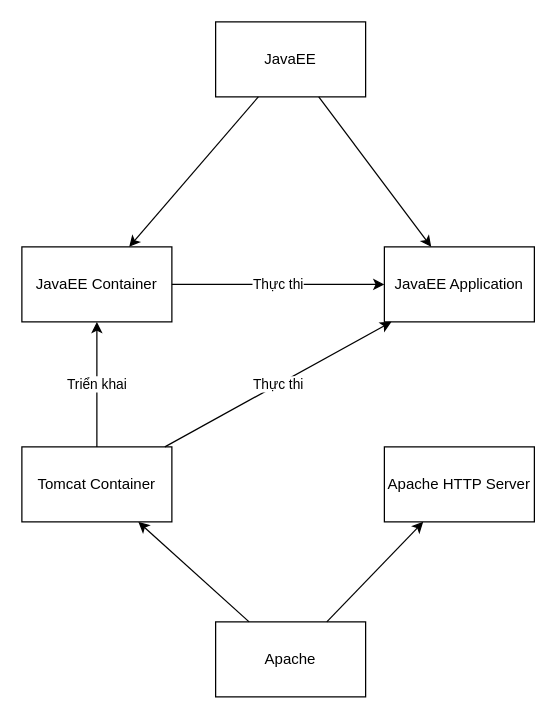
Before: page "Apache Tomcat" (3 of 7) of Slides/Day_7_2.drawio in lequochai26/GDUTraining_Basic_Java_Web_Development, a draw.io diagram. Source tidied: cells renumbered, new cells numbered last; positions are measured from the earlier drawing's top-left corner, leaving out a move shared by most shapes. Both pictures are drawn from the tidied source at 125%, with x=0, y=0 at pixel (21, 21).
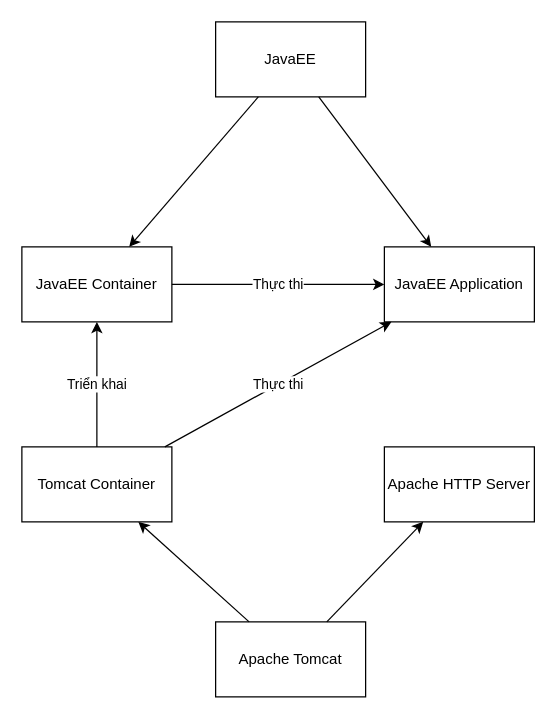
After the change.

Change to the diagram source:
```diff
@@
 <mxGraphModel>
   <root>
     <mxCell id="0" />
     <mxCell id="1" parent="0" />
     <mxCell id="2" value="JavaEE" style="rounded=0;whiteSpace=wrap;html=1;" parent="1" vertex="1">
       <mxGeometry x="155" width="120" height="60" as="geometry" />
     </mxCell>
     <mxCell id="3" value="JavaEE Container" style="rounded=0;whiteSpace=wrap;html=1;" parent="1" vertex="1">
       <mxGeometry y="180" width="120" height="60" as="geometry" />
     </mxCell>
     <mxCell id="4" style="endArrow=classic;html=1;rounded=0;" parent="1" edge="1" source="2" target="3">
       <mxGeometry relative="1" as="geometry" />
     </mxCell>
     <mxCell id="5" value="JavaEE Application" style="rounded=0;whiteSpace=wrap;html=1;" parent="1" vertex="1">
       <mxGeometry x="290" y="180" width="120" height="60" as="geometry" />
     </mxCell>
     <mxCell id="6" style="endArrow=classic;html=1;rounded=0;" parent="1" edge="1" source="2" target="5">
       <mxGeometry relative="1" as="geometry" />
     </mxCell>
-    <mxCell id="7" value="Apache" style="rounded=0;whiteSpace=wrap;html=1;" parent="1" vertex="1">
+    <mxCell id="7" value="Apache Tomcat" style="rounded=0;whiteSpace=wrap;html=1;" parent="1" vertex="1">
       <mxGeometry x="155" y="480" width="120" height="60" as="geometry" />
     </mxCell>
     <mxCell id="8" value="Tomcat Container" style="rounded=0;whiteSpace=wrap;html=1;" parent="1" vertex="1">
       <mxGeometry y="340" width="120" height="60" as="geometry" />
     </mxCell>
     <mxCell id="9" value="Apache HTTP Server" style="rounded=0;whiteSpace=wrap;html=1;" parent="1" vertex="1">
       <mxGeometry x="290" y="340" width="120" height="60" as="geometry" />
     </mxCell>
     <mxCell id="10" style="endArrow=classic;html=1;rounded=0;" parent="1" edge="1" source="7" target="8">
       <mxGeometry relative="1" as="geometry" />
     </mxCell>
     <mxCell id="11" style="endArrow=classic;html=1;rounded=0;" parent="1" edge="1" source="7" target="9">
       <mxGeometry relative="1" as="geometry" />
     </mxCell>
     <mxCell id="12" value="Triển khai" style="endArrow=classic;html=1;rounded=0;" parent="1" edge="1" source="8" target="3">
       <mxGeometry relative="1" as="geometry" />
     </mxCell>
     <mxCell id="13" value="Thực thi" style="endArrow=classic;html=1;rounded=0;" parent="1" edge="1" source="8" target="5">
       <mxGeometry relative="1" as="geometry" />
     </mxCell>
     <mxCell id="14" value="Thực thi" style="endArrow=classic;html=1;rounded=0;" parent="1" edge="1" source="3" target="5">
       <mxGeometry relative="1" as="geometry" />
     </mxCell>
   </root>
 </mxGraphModel>
```
